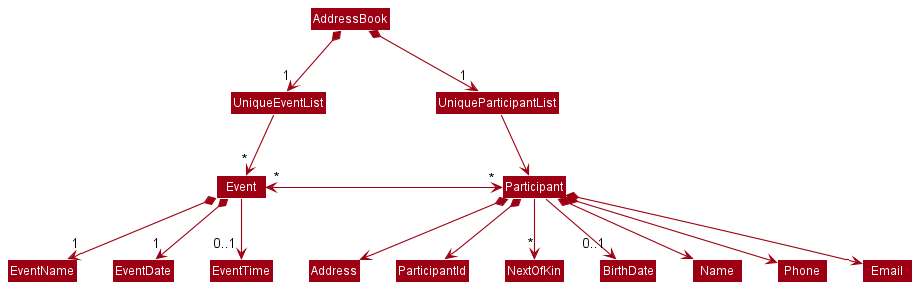
Before: docs/images/BetterModelClassDiagram.png, a diagram exported from PlantUML (nus-cs2103-AY2122S1/tp).
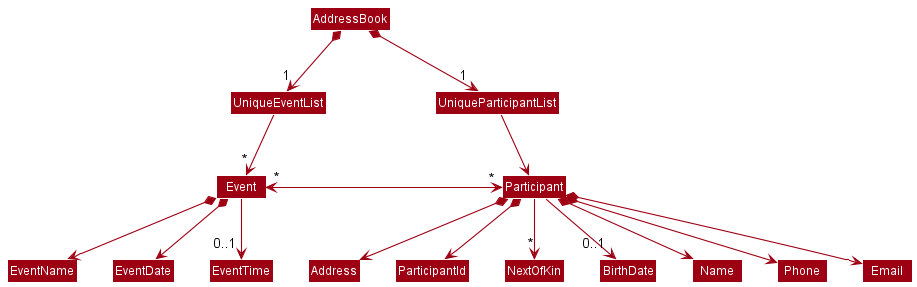
The same diagram one commit later.

The edit, as a diff of the source:
```diff
@@ -18,7 +18,7 @@
 Participant "*" <-left-> "*" Event
 Participant --> "*" NextOfKin
 Participant --> "0..1" BirthDate
-Event *--> "1" EventName
-Event *--> "1" EventDate
+Event *--> EventName
+Event *--> EventDate
 Event --> "0..1" EventTime
 @enduml
```
